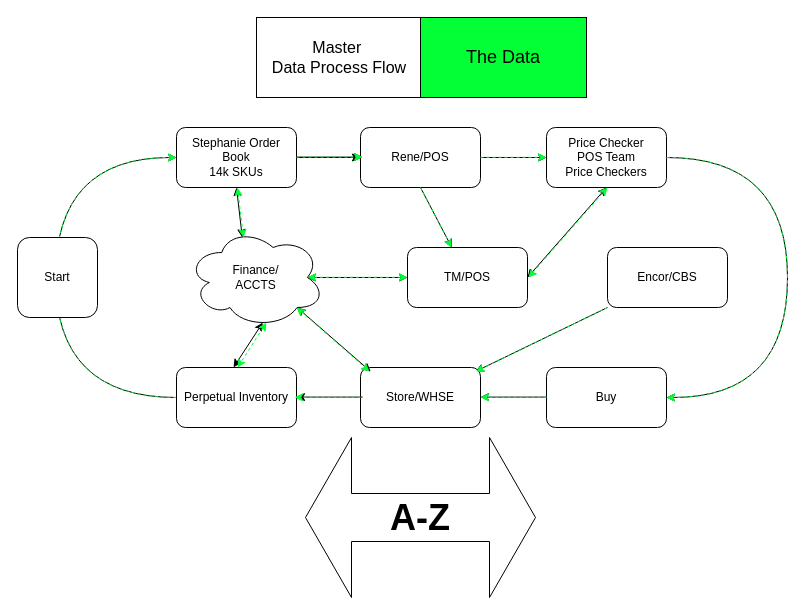
Earlier version of the draw.io diagram page "Page-1" (1 of 4) of updated.drawio (devkthines/draw_io_diagrams). Source tidied: cells renumbered, new cells numbered last; positions are measured from the earlier drawing's top-left corner, leaving out a move shared by most shapes. Both pictures are drawn from the tidied source at 100%, with x=0, y=0 at pixel (17, 17).
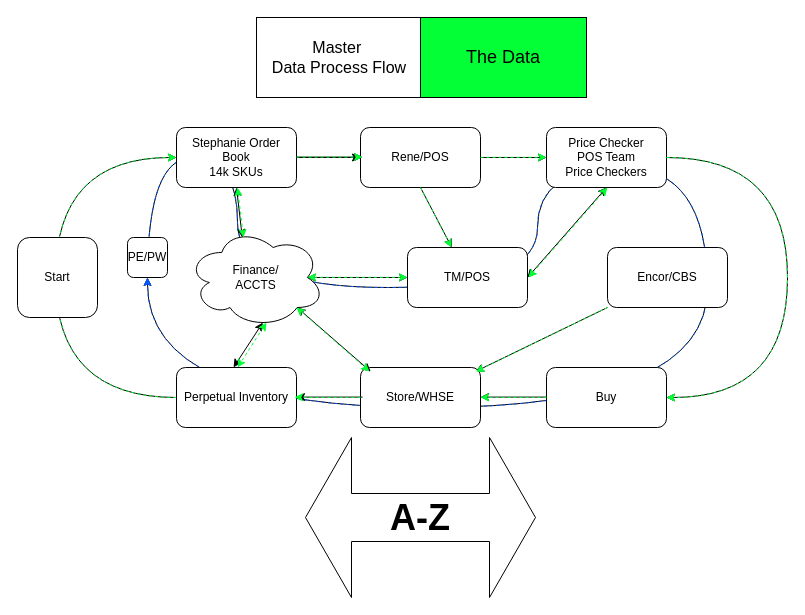
The same page after the edit.

Diff of the diagram source:
```diff
@@
+    <mxCell id="42" style="endArrow=classic;html=1;rounded=0;edgeStyle=orthogonalEdgeStyle;curved=1;strokeColor=default;" parent="1" edge="1">
+      <mxGeometry relative="1" as="geometry">
+        <mxPoint x="130" y="260" as="sourcePoint" />
+        <mxPoint x="130" y="260" as="targetPoint" />
+        <Array as="points">
+          <mxPoint x="130" y="140" />
+          <mxPoint x="220" y="140" />
+          <mxPoint x="220" y="270" />
+          <mxPoint x="520" y="270" />
+          <mxPoint x="520" y="150" />
+          <mxPoint x="690" y="150" />
+          <mxPoint x="690" y="390" />
+          <mxPoint x="130" y="390" />
+        </Array>
+      </mxGeometry>
+    </mxCell>
+    <mxCell id="43" style="endArrow=classic;html=1;rounded=0;edgeStyle=orthogonalEdgeStyle;curved=1;strokeColor=#0558ff;dashed=1;" parent="1" edge="1">
+      <mxGeometry relative="1" as="geometry">
+        <mxPoint x="130" y="260" as="sourcePoint" />
+        <mxPoint x="130" y="260" as="targetPoint" />
+        <Array as="points">
+          <mxPoint x="130" y="140" />
+          <mxPoint x="220" y="140" />
+          <mxPoint x="220" y="270" />
+          <mxPoint x="520" y="270" />
+          <mxPoint x="520" y="150" />
+          <mxPoint x="690" y="150" />
+          <mxPoint x="690" y="390" />
+          <mxPoint x="130" y="390" />
+        </Array>
+      </mxGeometry>
+    </mxCell>
@@
+    <mxCell id="44" value="PE/PW" style="whiteSpace=wrap;html=1;rounded=1;" parent="1" vertex="1">
+      <mxGeometry x="110" y="220" width="40" height="40" as="geometry" />
+    </mxCell>
```
